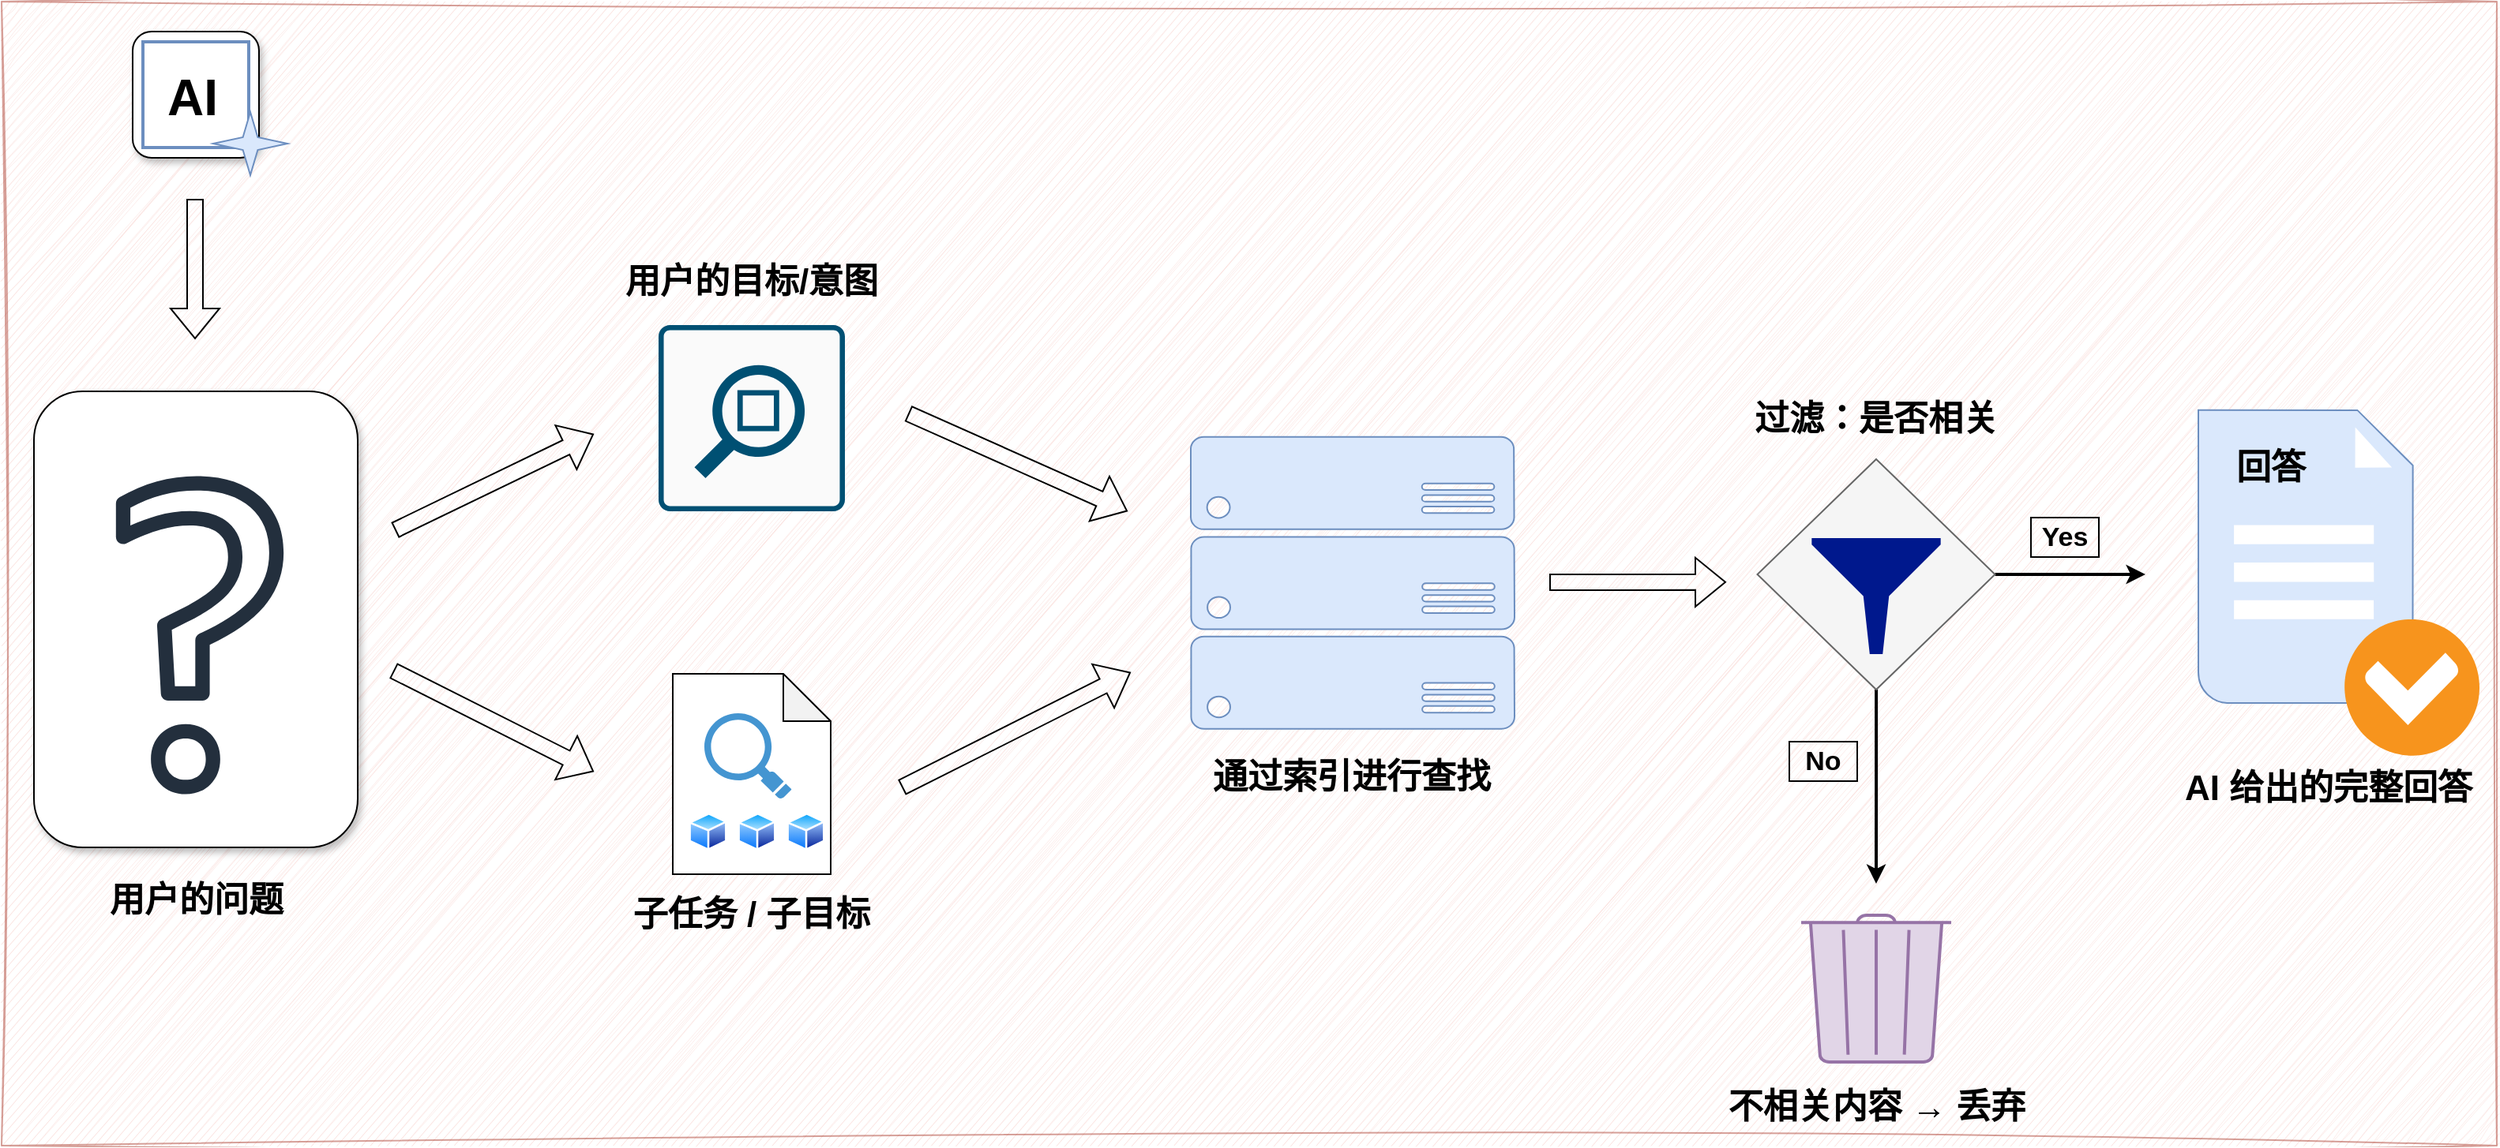
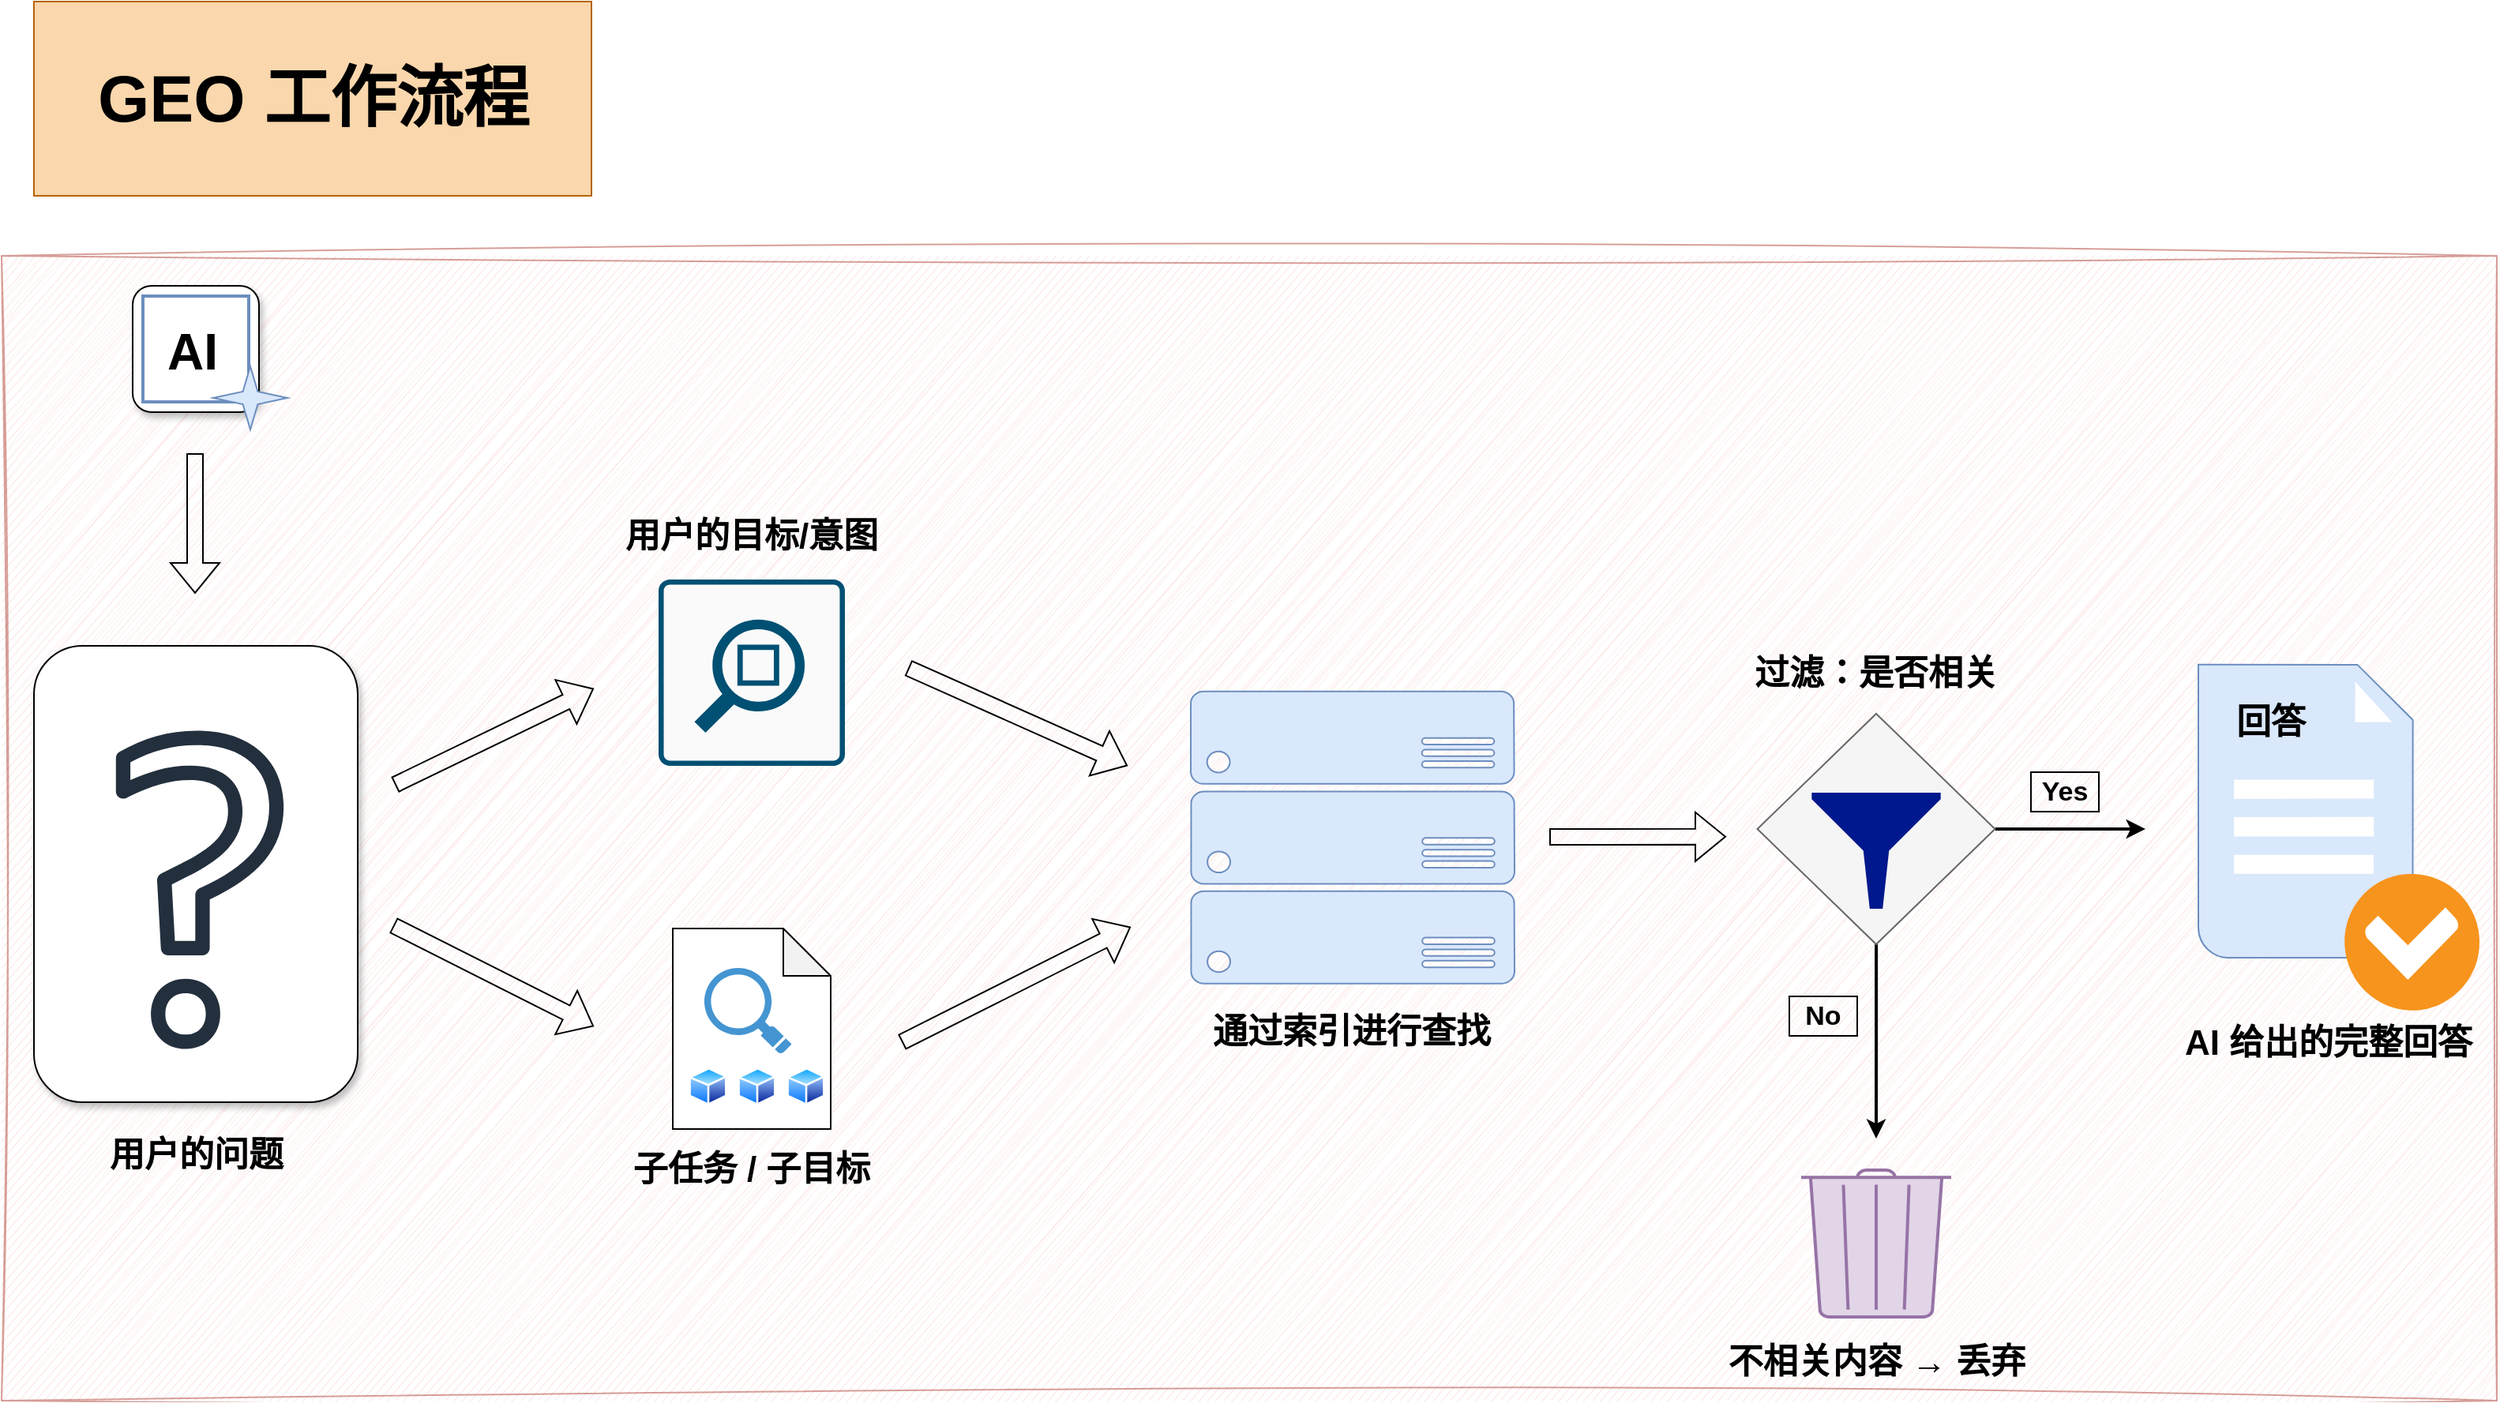
<mxfile host="app.diagrams.net">
  <diagram name="Page-1" id="nlpCANKpLW-Xs2L2Z5ia">
-     <mxGraphModel dx="2045" dy="777" grid="0" gridSize="10" guides="1" tooltips="1" connect="1" arrows="1" fold="1" page="0" pageScale="1" pageWidth="850" pageHeight="1100" math="0" shadow="0">
+     <mxGraphModel dx="2045" dy="1177" grid="0" gridSize="10" guides="1" tooltips="1" connect="1" arrows="1" fold="1" page="0" pageScale="1" pageWidth="850" pageHeight="1100" math="0" shadow="0">
      <root>
        <mxCell id="0" />
        <mxCell id="1" parent="0" />
        <mxCell id="i70Sv2nmqZRH0fqXQcTc-58" parent="1" style="rounded=0;whiteSpace=wrap;html=1;fillColor=#fad9d5;opacity=50;strokeColor=#ae4132;sketch=1;curveFitting=1;jiggle=2;" value="" vertex="1">
          <mxGeometry height="725" width="1580" x="-221" y="63" as="geometry" />
        </mxCell>
        <mxCell id="i70Sv2nmqZRH0fqXQcTc-46" edge="1" parent="1" source="i70Sv2nmqZRH0fqXQcTc-44" style="edgeStyle=orthogonalEdgeStyle;rounded=0;orthogonalLoop=1;jettySize=auto;html=1;strokeWidth=2;" value="">
          <mxGeometry relative="1" as="geometry">
            <mxPoint x="1136.495" y="426" as="targetPoint" />
          </mxGeometry>
        </mxCell>
        <mxCell id="i70Sv2nmqZRH0fqXQcTc-48" edge="1" parent="1" source="i70Sv2nmqZRH0fqXQcTc-44" style="edgeStyle=orthogonalEdgeStyle;rounded=0;orthogonalLoop=1;jettySize=auto;html=1;strokeWidth=2;" value="">
          <mxGeometry relative="1" as="geometry">
            <mxPoint x="966" y="622" as="targetPoint" />
          </mxGeometry>
        </mxCell>
        <mxCell id="i70Sv2nmqZRH0fqXQcTc-44" parent="1" style="rhombus;whiteSpace=wrap;html=1;fillColor=#f5f5f5;strokeColor=#666666;fontColor=#333333;" value="" vertex="1">
          <mxGeometry height="146" width="150.49" x="890.76" y="353" as="geometry" />
        </mxCell>
        <mxCell id="i70Sv2nmqZRH0fqXQcTc-15" parent="1" style="rounded=1;whiteSpace=wrap;html=1;shadow=1;" value="" vertex="1">
          <mxGeometry height="289" width="205" x="-200.5" y="310" as="geometry" />
        </mxCell>
        <mxCell id="i70Sv2nmqZRH0fqXQcTc-3" parent="1" style="whiteSpace=wrap;html=1;aspect=fixed;textShadow=0;rounded=1;shadow=1;fontStyle=0" value="" vertex="1">
          <mxGeometry height="80" width="80" x="-138" y="82" as="geometry" />
        </mxCell>
        <mxCell id="i70Sv2nmqZRH0fqXQcTc-6" parent="1" style="text;html=1;whiteSpace=wrap;strokeColor=none;fillColor=none;align=center;verticalAlign=middle;rounded=0;fontStyle=1" value="&lt;font style=&quot;font-size: 32px;&quot;&gt;AI&lt;/font&gt;" vertex="1">
          <mxGeometry height="30" width="60" x="-130" y="109" as="geometry" />
        </mxCell>
        <mxCell id="i70Sv2nmqZRH0fqXQcTc-9" parent="1" style="rounded=0;whiteSpace=wrap;html=1;fillColor=none;strokeColor=#6c8ebf;strokeWidth=2;fontStyle=0" value="" vertex="1">
          <mxGeometry height="67" width="67" x="-131.5" y="88.5" as="geometry" />
        </mxCell>
        <mxCell id="i70Sv2nmqZRH0fqXQcTc-2" parent="1" style="verticalLabelPosition=bottom;verticalAlign=top;html=1;shape=mxgraph.basic.4_point_star_2;dx=0.8;fillColor=#dae8fc;strokeColor=#6c8ebf;" value="" vertex="1">
          <mxGeometry height="40" width="47" x="-87" y="133" as="geometry" />
        </mxCell>
        <mxCell id="i70Sv2nmqZRH0fqXQcTc-11" parent="1" style="sketch=0;outlineConnect=0;fontColor=#232F3E;gradientColor=none;fillColor=#232F3D;strokeColor=none;dashed=0;verticalLabelPosition=bottom;verticalAlign=top;align=center;html=1;fontSize=12;fontStyle=0;aspect=fixed;pointerEvents=1;shape=mxgraph.aws4.question;" value="" vertex="1">
          <mxGeometry height="202" width="106.18" x="-148.59" y="363.5" as="geometry" />
        </mxCell>
        <mxCell id="i70Sv2nmqZRH0fqXQcTc-16" parent="1" style="text;html=1;whiteSpace=wrap;strokeColor=none;fillColor=none;align=center;verticalAlign=middle;rounded=0;fontSize=22;fontStyle=1" value="用户的问题" vertex="1">
          <mxGeometry height="30" width="123" x="-159.5" y="618" as="geometry" />
        </mxCell>
        <mxCell id="i70Sv2nmqZRH0fqXQcTc-17" edge="1" parent="1" style="shape=flexArrow;endArrow=classic;html=1;rounded=0;" value="">
          <mxGeometry height="50" relative="1" width="50" as="geometry">
            <mxPoint x="-98.5" y="188" as="sourcePoint" />
            <mxPoint x="-98.5" y="277" as="targetPoint" />
          </mxGeometry>
        </mxCell>
        <mxCell id="i70Sv2nmqZRH0fqXQcTc-18" edge="1" parent="1" style="shape=flexArrow;endArrow=classic;html=1;rounded=0;" value="">
          <mxGeometry height="50" relative="1" width="50" as="geometry">
            <mxPoint x="28" y="398" as="sourcePoint" />
            <mxPoint x="154" y="337" as="targetPoint" />
          </mxGeometry>
        </mxCell>
        <mxCell id="i70Sv2nmqZRH0fqXQcTc-19" edge="1" parent="1" style="shape=flexArrow;endArrow=classic;html=1;rounded=0;" value="">
          <mxGeometry height="50" relative="1" width="50" as="geometry">
            <mxPoint x="27" y="487" as="sourcePoint" />
            <mxPoint x="154" y="551" as="targetPoint" />
          </mxGeometry>
        </mxCell>
        <mxCell id="i70Sv2nmqZRH0fqXQcTc-20" parent="1" style="sketch=0;points=[[0.015,0.015,0],[0.985,0.015,0],[0.985,0.985,0],[0.015,0.985,0],[0.25,0,0],[0.5,0,0],[0.75,0,0],[1,0.25,0],[1,0.5,0],[1,0.75,0],[0.75,1,0],[0.5,1,0],[0.25,1,0],[0,0.75,0],[0,0.5,0],[0,0.25,0]];verticalLabelPosition=bottom;html=1;verticalAlign=top;aspect=fixed;align=center;pointerEvents=1;shape=mxgraph.cisco19.rect;prIcon=net_mgmt_appliance;fillColor=#FAFAFA;strokeColor=#005073;" value="" vertex="1">
          <mxGeometry height="118" width="118" x="195" y="268" as="geometry" />
        </mxCell>
        <mxCell id="i70Sv2nmqZRH0fqXQcTc-23" parent="1" style="shape=note;whiteSpace=wrap;html=1;backgroundOutline=1;darkOpacity=0.05;" value="" vertex="1">
          <mxGeometry height="127" width="100" x="204" y="489" as="geometry" />
        </mxCell>
        <mxCell id="i70Sv2nmqZRH0fqXQcTc-24" parent="1" style="image;aspect=fixed;perimeter=ellipsePerimeter;html=1;align=center;shadow=0;dashed=0;spacingTop=3;image=img/lib/active_directory/generic_node.svg;" value="" vertex="1">
          <mxGeometry height="24" width="24.49" x="214" y="577" as="geometry" />
        </mxCell>
        <mxCell id="i70Sv2nmqZRH0fqXQcTc-25" parent="1" style="text;html=1;whiteSpace=wrap;strokeColor=none;fillColor=none;align=center;verticalAlign=middle;rounded=0;fontSize=22;fontStyle=1" value="用户的目标/意图" vertex="1">
          <mxGeometry height="30" width="181.5" x="163.25" y="226" as="geometry" />
        </mxCell>
        <mxCell id="i70Sv2nmqZRH0fqXQcTc-26" parent="1" style="text;html=1;whiteSpace=wrap;strokeColor=none;fillColor=none;align=center;verticalAlign=middle;rounded=0;fontSize=22;fontStyle=1" value="子任务 / 子目标" vertex="1">
          <mxGeometry height="30" width="181.5" x="163.25" y="627" as="geometry" />
        </mxCell>
        <mxCell id="i70Sv2nmqZRH0fqXQcTc-31" parent="1" style="shadow=0;dashed=0;html=1;strokeColor=none;fillColor=#4495D1;labelPosition=center;verticalLabelPosition=bottom;verticalAlign=top;align=center;outlineConnect=0;shape=mxgraph.veeam.magnifying_glass;pointerEvents=1;" value="" vertex="1">
          <mxGeometry height="54.4" width="55.2" x="224" y="514" as="geometry" />
        </mxCell>
        <mxCell id="i70Sv2nmqZRH0fqXQcTc-32" parent="1" style="image;aspect=fixed;perimeter=ellipsePerimeter;html=1;align=center;shadow=0;dashed=0;spacingTop=3;image=img/lib/active_directory/generic_node.svg;" value="" vertex="1">
          <mxGeometry height="24" width="24.49" x="245" y="577" as="geometry" />
        </mxCell>
        <mxCell id="i70Sv2nmqZRH0fqXQcTc-33" parent="1" style="image;aspect=fixed;perimeter=ellipsePerimeter;html=1;align=center;shadow=0;dashed=0;spacingTop=3;image=img/lib/active_directory/generic_node.svg;" value="" vertex="1">
          <mxGeometry height="24" width="24.49" x="276" y="577" as="geometry" />
        </mxCell>
        <mxCell id="i70Sv2nmqZRH0fqXQcTc-36" parent="1" style="verticalLabelPosition=bottom;html=1;verticalAlign=top;align=center;strokeColor=#6c8ebf;fillColor=#dae8fc;shape=mxgraph.azure.server_rack;" value="" vertex="1">
          <mxGeometry height="185" width="205" x="532" y="338.9" as="geometry" />
        </mxCell>
        <mxCell id="i70Sv2nmqZRH0fqXQcTc-37" parent="1" style="text;html=1;whiteSpace=wrap;strokeColor=none;fillColor=none;align=center;verticalAlign=middle;rounded=0;fontSize=22;fontStyle=1" value="通过索引进行查找" vertex="1">
          <mxGeometry height="30" width="198.25" x="535.38" y="540.1" as="geometry" />
        </mxCell>
        <mxCell id="i70Sv2nmqZRH0fqXQcTc-38" edge="1" parent="1" style="shape=flexArrow;endArrow=classic;html=1;rounded=0;" value="">
          <mxGeometry height="50" relative="1" width="50" as="geometry">
            <mxPoint x="353" y="324" as="sourcePoint" />
            <mxPoint x="492" y="386" as="targetPoint" />
          </mxGeometry>
        </mxCell>
        <mxCell id="i70Sv2nmqZRH0fqXQcTc-39" edge="1" parent="1" style="shape=flexArrow;endArrow=classic;html=1;rounded=0;" value="">
          <mxGeometry height="50" relative="1" width="50" as="geometry">
            <mxPoint x="349" y="561" as="sourcePoint" />
            <mxPoint x="494" y="488" as="targetPoint" />
          </mxGeometry>
        </mxCell>
        <mxCell id="i70Sv2nmqZRH0fqXQcTc-40" parent="1" style="sketch=0;aspect=fixed;pointerEvents=1;shadow=0;dashed=0;html=1;strokeColor=none;labelPosition=center;verticalLabelPosition=bottom;verticalAlign=top;align=center;fillColor=#00188D;shape=mxgraph.mscae.enterprise.filter" value="" vertex="1">
          <mxGeometry height="73.5" width="81.67" x="925.17" y="403" as="geometry" />
        </mxCell>
        <mxCell id="i70Sv2nmqZRH0fqXQcTc-43" edge="1" parent="1" style="shape=flexArrow;endArrow=classic;html=1;rounded=0;" value="">
          <mxGeometry height="50" relative="1" width="50" as="geometry">
            <mxPoint x="759" y="431" as="sourcePoint" />
            <mxPoint x="871" y="430.9" as="targetPoint" />
          </mxGeometry>
        </mxCell>
        <mxCell id="i70Sv2nmqZRH0fqXQcTc-49" parent="1" style="text;html=1;whiteSpace=wrap;strokeColor=none;fillColor=none;align=center;verticalAlign=middle;rounded=0;fontSize=22;fontStyle=1" value="过滤：是否相关" vertex="1">
          <mxGeometry height="36.1" width="159.86" x="886.0799999999999" y="310" as="geometry" />
        </mxCell>
        <mxCell id="i70Sv2nmqZRH0fqXQcTc-50" parent="1" style="text;html=1;whiteSpace=wrap;strokeColor=default;fillColor=none;align=center;verticalAlign=middle;rounded=0;fontSize=17;fontStyle=1;labelBackgroundColor=none;" value="Yes" vertex="1">
          <mxGeometry height="25" width="43" x="1064" y="390" as="geometry" />
        </mxCell>
        <mxCell id="i70Sv2nmqZRH0fqXQcTc-51" parent="1" style="text;html=1;whiteSpace=wrap;strokeColor=default;fillColor=none;align=center;verticalAlign=middle;rounded=0;fontSize=17;fontStyle=1;labelBackgroundColor=none;" value="No" vertex="1">
          <mxGeometry height="25" width="43" x="911" y="532" as="geometry" />
        </mxCell>
        <mxCell id="i70Sv2nmqZRH0fqXQcTc-53" parent="1" style="shadow=0;dashed=0;html=1;strokeColor=#6c8ebf;fillColor=#dae8fc;labelPosition=center;verticalLabelPosition=bottom;verticalAlign=top;align=center;outlineConnect=0;shape=mxgraph.veeam.checked_doc;" value="" vertex="1">
          <mxGeometry height="219" width="178" x="1170" y="321.9" as="geometry" />
        </mxCell>
        <mxCell id="i70Sv2nmqZRH0fqXQcTc-54" parent="1" style="text;html=1;whiteSpace=wrap;strokeColor=none;fillColor=none;align=center;verticalAlign=middle;rounded=0;fontSize=22;fontStyle=1" value="回答" vertex="1">
          <mxGeometry height="36.1" width="79.74" x="1176" y="341" as="geometry" />
        </mxCell>
        <mxCell id="i70Sv2nmqZRH0fqXQcTc-55" parent="1" style="text;html=1;whiteSpace=wrap;strokeColor=none;fillColor=none;align=center;verticalAlign=middle;rounded=0;fontSize=22;fontStyle=1" value="AI 给出的完整回答" vertex="1">
          <mxGeometry height="36.1" width="215" x="1145" y="544" as="geometry" />
        </mxCell>
        <mxCell id="i70Sv2nmqZRH0fqXQcTc-56" parent="1" style="html=1;verticalLabelPosition=bottom;align=center;labelBackgroundColor=#ffffff;verticalAlign=top;strokeWidth=2;strokeColor=#9673a6;shadow=0;dashed=0;shape=mxgraph.ios7.icons.trashcan;fillColor=#e1d5e7;" value="" vertex="1">
          <mxGeometry height="93" width="95" x="918.51" y="642" as="geometry" />
        </mxCell>
        <mxCell id="i70Sv2nmqZRH0fqXQcTc-57" parent="1" style="text;html=1;whiteSpace=wrap;strokeColor=none;fillColor=none;align=center;verticalAlign=middle;rounded=0;fontSize=22;fontStyle=1" value="不相关内容 → 丢弃" vertex="1">
          <mxGeometry height="36.1" width="215" x="858.5" y="746" as="geometry" />
        </mxCell>
+         <mxCell id="VwYmKzlKcoZyGPFR4nml-1" parent="1" style="text;html=1;whiteSpace=wrap;strokeColor=#b46504;fillColor=#fad7ac;align=center;verticalAlign=middle;rounded=0;fontSize=42;fontStyle=1" value="GEO 工作流程" vertex="1">
+           <mxGeometry height="123" width="353" x="-200.5" y="-98" as="geometry" />
+         </mxCell>
      </root>
    </mxGraphModel>
  </diagram>
</mxfile>
